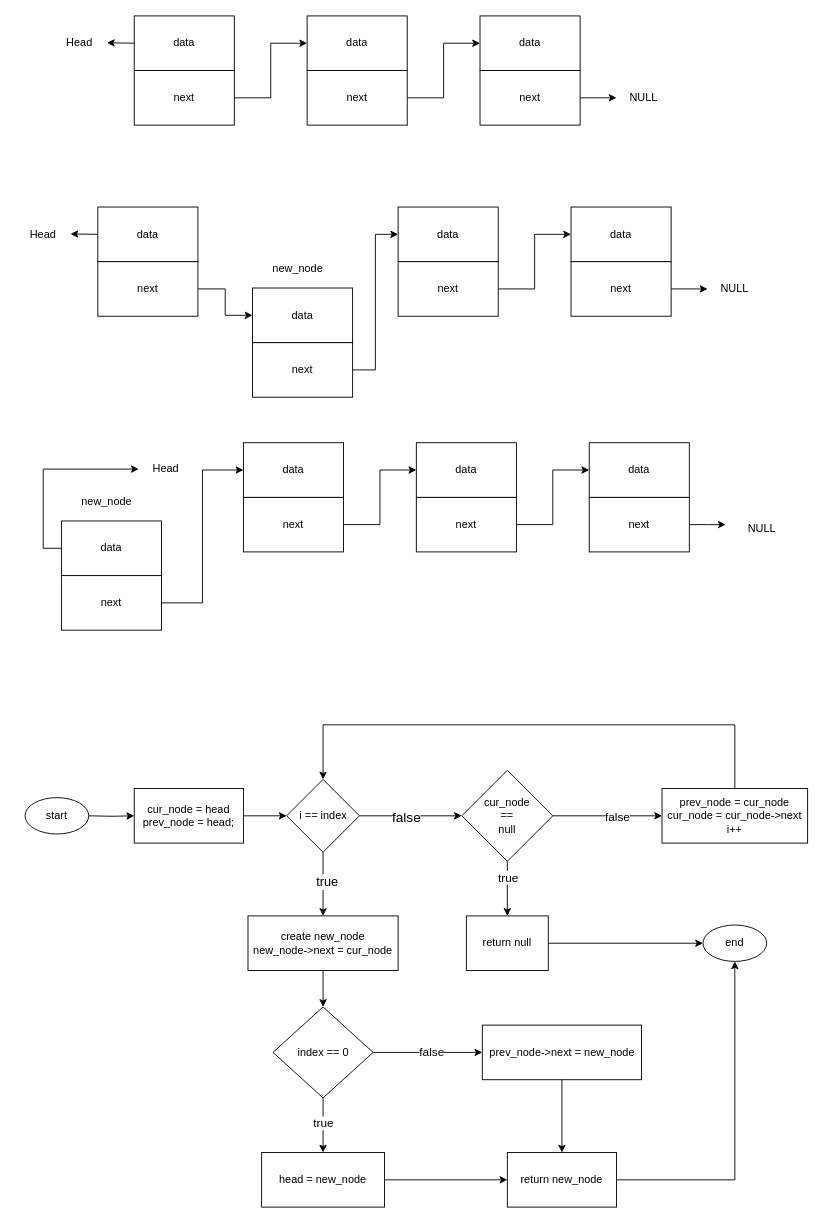
The draw.io diagram insert node at an index.drawio in tenyapious/whiteboarding-flowchart, before the edit. Source tidied: cells renumbered, new cells numbered last; positions are measured from the earlier drawing's top-left corner, leaving out a move shared by most shapes. Both pictures are drawn from the tidied source at 91%, with x=0, y=0 at pixel (15, 15).
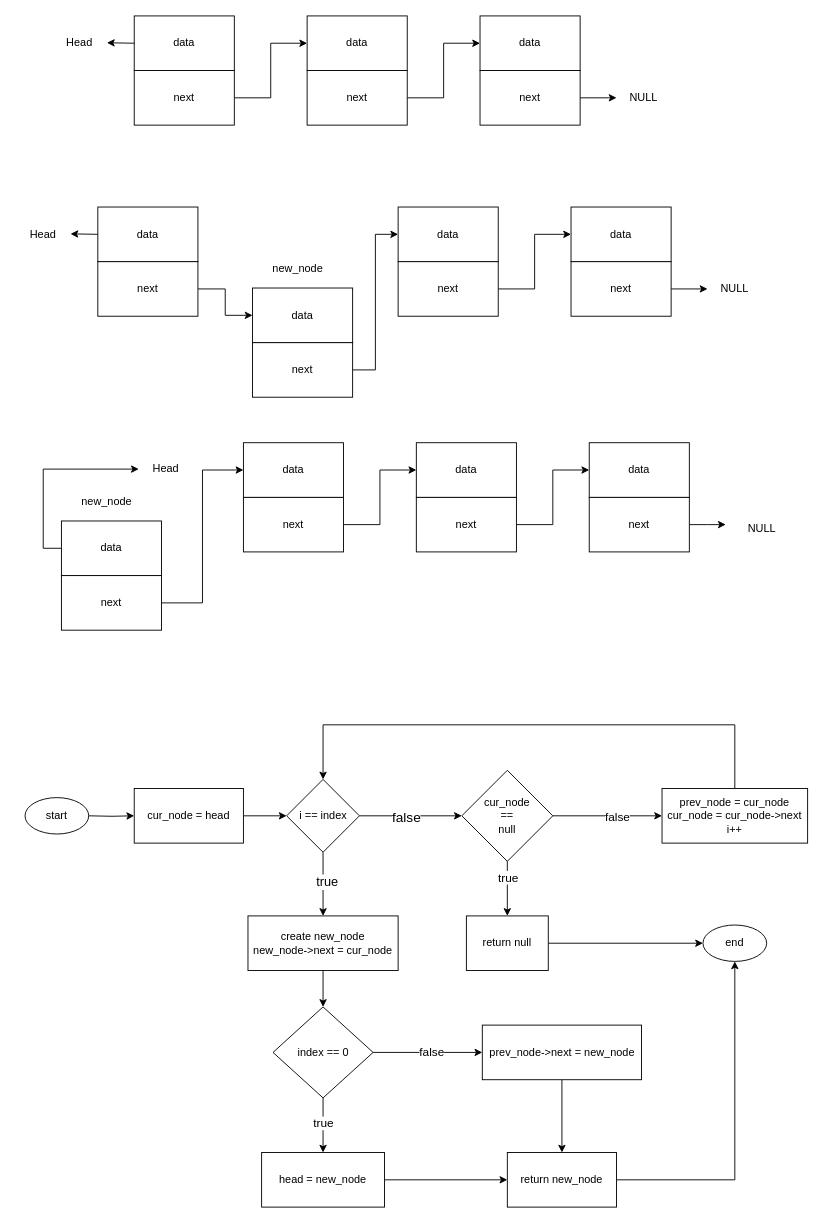
The same page after the edit.

The edit, as a diff of the source:
```diff
@@
-    <mxCell id="49" value="cur_node = head&lt;br&gt;prev_node = head;" style="rounded=0;whiteSpace=wrap;html=1;" parent="1" vertex="1">
+    <mxCell id="49" value="cur_node = head" style="rounded=0;whiteSpace=wrap;html=1;" parent="1" vertex="1">
       <mxGeometry x="130" y="849" width="120" height="60" as="geometry" />
     </mxCell>
```
